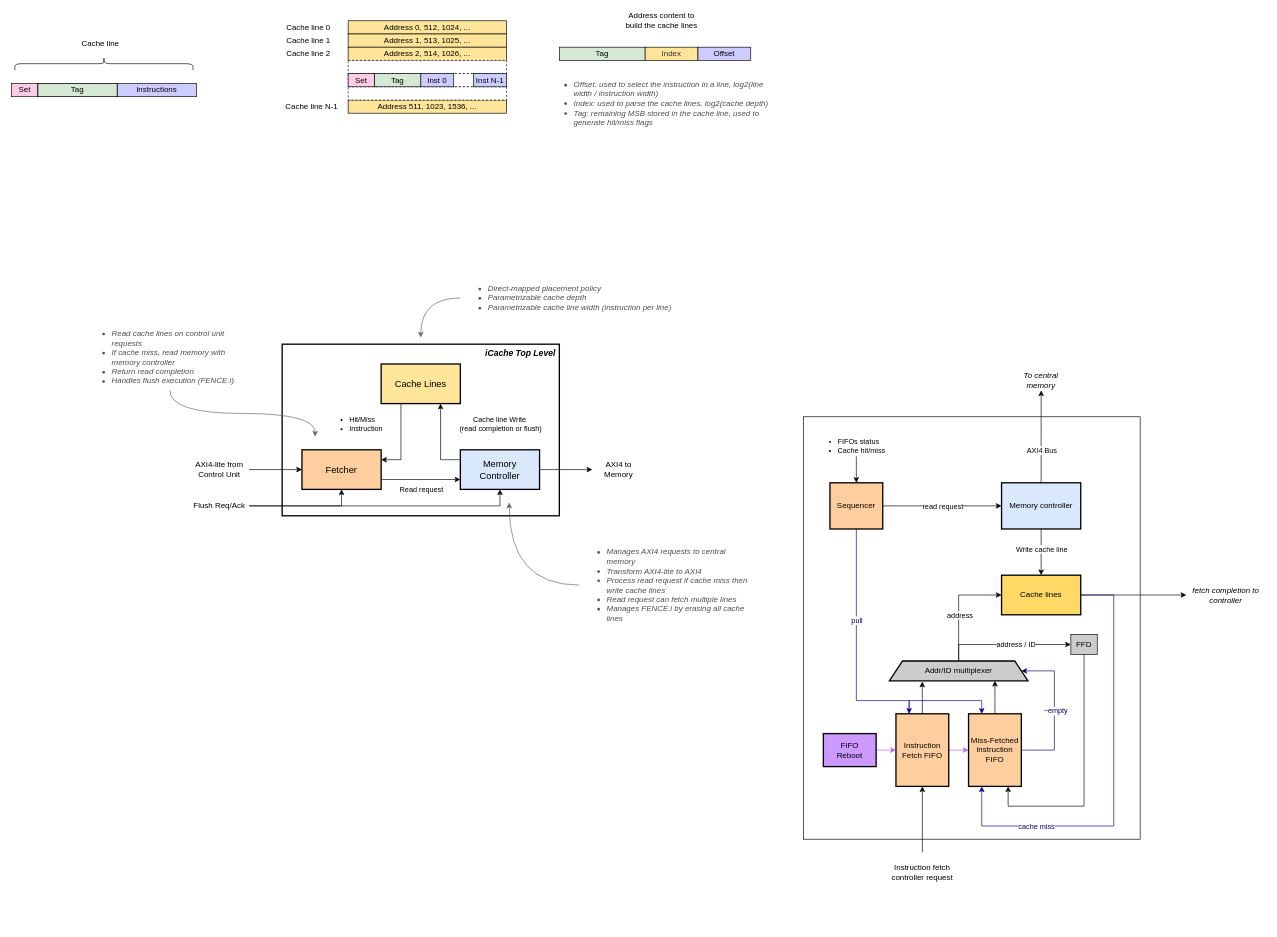
dpretet/friscv keeps this draw.io diagram as page "Instruction Cache" (6 of 6) of doc/friscv.drawio. Above is the earlier version. Source tidied: cells renumbered, new cells numbered last; positions are measured from the earlier drawing's top-left corner, leaving out a move shared by most shapes. Both pictures are drawn from the tidied source at 66%, with x=0, y=0 at pixel (11, -26).
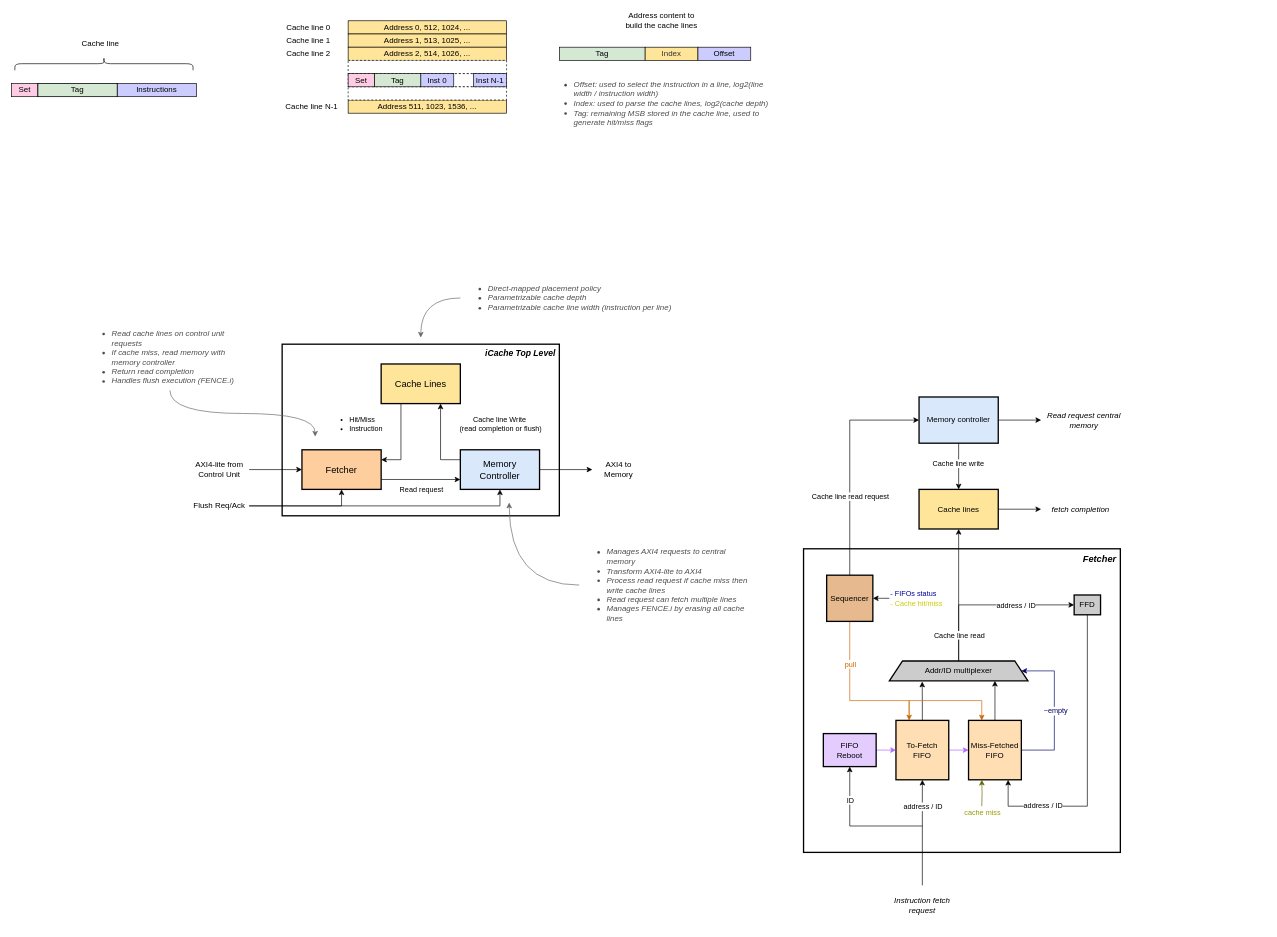
The same diagram, later.

Commit message (it also covers changes not shown here):
New: Implement pass-thru mode in sc-fifo to reduce latency

Unchanged cells that the change refers to:
```xml
<mxCell id="52" style="edgeStyle=orthogonalEdgeStyle;rounded=0;jettySize=auto;html=1;entryX=0.5;entryY=1;entryDx=0;entryDy=0;exitX=0.5;exitY=0;exitDx=0;exitDy=0;" parent="1" edge="1" source="70" target="58">
  <mxGeometry relative="1" as="geometry" />
</mxCell>
<mxCell id="54" style="edgeStyle=elbowEdgeStyle;rounded=0;sketch=0;jettySize=auto;html=1;exitX=0.5;exitY=0;exitDx=0;exitDy=0;entryX=0;entryY=0.5;entryDx=0;entryDy=0;jumpStyle=none;elbow=horizontal;" parent="1" edge="1" source="65" target="80">
  <mxGeometry relative="1" as="geometry">
    <Array as="points">
      <mxPoint x="1435" y="1010" />
      <mxPoint x="1510" y="1000" />
      <mxPoint x="1420" y="1110" />
    </Array>
  </mxGeometry>
</mxCell>
<mxCell id="65" value="Addr/ID multiplexer" style="shape=trapezoid;perimeter=trapezoidPerimeter;whiteSpace=wrap;html=1;fixedSize=1;strokeWidth=2;fillColor=#CCCCCC;" parent="1" vertex="1">
  <mxGeometry x="1330" y="1040" width="210" height="30" as="geometry" />
</mxCell>
<mxCell id="79" style="edgeStyle=elbowEdgeStyle;rounded=0;sketch=0;jumpStyle=none;jettySize=auto;html=1;exitX=0.5;exitY=1;exitDx=0;exitDy=0;entryX=0.75;entryY=1;entryDx=0;entryDy=0;" parent="1" edge="1" source="80" target="62">
  <mxGeometry relative="1" as="geometry">
    <Array as="points">
      <mxPoint x="1575" y="1260" />
      <mxPoint x="1630" y="1120" />
      <mxPoint x="1560" y="1260" />
      <mxPoint x="1620" y="1120" />
      <mxPoint x="1630" y="1120" />
    </Array>
  </mxGeometry>
</mxCell>
<mxCell id="81" style="edgeStyle=elbowEdgeStyle;rounded=0;sketch=0;jumpStyle=none;jettySize=auto;html=1;exitX=0.5;exitY=1;exitDx=0;exitDy=0;entryX=0.5;entryY=0;entryDx=0;entryDy=0;elbow=vertical;" parent="1" edge="1" source="85" target="69">
  <mxGeometry relative="1" as="geometry" />
</mxCell>
```

The edit, as a diff of the source:
```diff
@@
-    <mxCell id="2" style="rounded=0;whiteSpace=wrap;html=1;strokeWidth=1;" parent="1" vertex="1">
-      <mxGeometry x="1200" y="670" width="510" height="640" as="geometry" />
+    <mxCell id="2" value="Fetcher&amp;nbsp;" style="rounded=0;whiteSpace=wrap;html=1;strokeWidth=2;align=right;verticalAlign=top;fontStyle=3;fontSize=14;" parent="1" vertex="1">
+      <mxGeometry x="1200" y="870" width="480" height="460" as="geometry" />
     </mxCell>
@@
-    <mxCell id="4" value="Cache Lines" style="rounded=0;whiteSpace=wrap;html=1;fillColor=#FFE599;strokeWidth=2;fontSize=14;" parent="1" vertex="1">
+    <mxCell id="4" value="Cache Lines" style="rounded=0;whiteSpace=wrap;html=1;strokeWidth=2;fontSize=14;fillColor=#FFE599;" parent="1" vertex="1">
       <mxGeometry x="560" y="590" width="120" height="60" as="geometry" />
     </mxCell>
@@
+    <mxCell id="89" value="&lt;span style=&quot;color: rgb(0 , 0 , 0)&quot;&gt;address / ID&lt;/span&gt;" style="edgeLabel;html=1;align=center;verticalAlign=middle;fontColor=#000066;" parent="52" vertex="1">
+      <mxGeometry x="0.4" relative="1" as="geometry">
+        <mxPoint y="-8" as="offset" />
+      </mxGeometry>
+    </mxCell>
@@
     <mxCell id="55" value="address / ID" style="edgeLabel;html=1;align=center;verticalAlign=middle;" parent="54" vertex="1">
       <mxGeometry x="-0.12" y="-1" relative="1" as="geometry">
-        <mxPoint x="25" y="-1" as="offset" />
+        <mxPoint x="57" y="-1" as="offset" />
       </mxGeometry>
     </mxCell>
-    <mxCell id="56" style="edgeStyle=elbowEdgeStyle;rounded=0;sketch=0;jumpStyle=none;jettySize=auto;html=1;exitX=0.25;exitY=0;exitDx=0;exitDy=0;entryX=0.25;entryY=0;entryDx=0;entryDy=0;strokeColor=#000099;" parent="1" edge="1" source="58" target="62">
+    <mxCell id="56" style="edgeStyle=elbowEdgeStyle;rounded=0;sketch=0;jumpStyle=none;jettySize=auto;html=1;exitX=0.25;exitY=0;exitDx=0;exitDy=0;entryX=0.25;entryY=0;entryDx=0;entryDy=0;strokeColor=#CC6600;" parent="1" edge="1" source="58" target="62">
       <mxGeometry relative="1" as="geometry">
         <Array as="points">
           <mxPoint x="1415" y="1100" />
         </Array>
       </mxGeometry>
     </mxCell>
@@
-    <mxCell id="58" value="Instruction Fetch FIFO" style="rounded=0;whiteSpace=wrap;html=1;fillColor=#FFCE9F;strokeWidth=2;" parent="1" vertex="1">
-      <mxGeometry x="1340" y="1120" width="80" height="110" as="geometry" />
+    <mxCell id="58" value="To-Fetch &lt;br&gt;FIFO" style="rounded=0;whiteSpace=wrap;html=1;strokeWidth=2;fillColor=#FFDEB3;" parent="1" vertex="1">
+      <mxGeometry x="1340" y="1130" width="80" height="90" as="geometry" />
     </mxCell>
@@
-    <mxCell id="62" value="Miss-Fetched instruction FIFO" style="rounded=0;whiteSpace=wrap;html=1;strokeWidth=2;fillColor=#FFCE9F;" parent="1" vertex="1">
-      <mxGeometry x="1450" y="1120" width="80" height="110" as="geometry" />
+    <mxCell id="62" value="Miss-Fetched FIFO" style="rounded=0;whiteSpace=wrap;html=1;strokeWidth=2;fillColor=#FFDEB3;" parent="1" vertex="1">
+      <mxGeometry x="1450" y="1130" width="80" height="90" as="geometry" />
     </mxCell>
-    <mxCell id="63" style="edgeStyle=orthogonalEdgeStyle;rounded=0;jettySize=auto;html=1;exitX=0.5;exitY=0;exitDx=0;exitDy=0;entryX=0;entryY=0.5;entryDx=0;entryDy=0;" parent="1" edge="1" source="65" target="69">
+    <mxCell id="63" style="edgeStyle=orthogonalEdgeStyle;rounded=0;jettySize=auto;html=1;exitX=0.5;exitY=0;exitDx=0;exitDy=0;" parent="1" edge="1" source="65" target="69">
       <mxGeometry relative="1" as="geometry" />
     </mxCell>
-    <mxCell id="64" value="address" style="edgeLabel;html=1;align=center;verticalAlign=middle;" parent="63" vertex="1">
-      <mxGeometry x="-0.15" y="-1" relative="1" as="geometry" />
+    <mxCell id="64" value="Cache line read" style="edgeLabel;html=1;align=center;verticalAlign=middle;" parent="63" vertex="1">
+      <mxGeometry x="-0.15" y="-1" relative="1" as="geometry">
+        <mxPoint x="-1" y="45" as="offset" />
+      </mxGeometry>
     </mxCell>
@@
-    <mxCell id="66" style="edgeStyle=orthogonalEdgeStyle;rounded=0;jettySize=auto;html=1;exitX=1;exitY=0.5;exitDx=0;exitDy=0;entryX=0.25;entryY=1;entryDx=0;entryDy=0;strokeColor=#000099;" parent="1" edge="1" source="69" target="62">
-      <mxGeometry relative="1" as="geometry">
-        <Array as="points">
-          <mxPoint x="1670" y="940" />
-          <mxPoint x="1670" y="1290" />
-          <mxPoint x="1470" y="1290" />
-        </Array>
-      </mxGeometry>
-    </mxCell>
-    <mxCell id="67" value="cache miss" style="edgeLabel;html=1;align=center;verticalAlign=middle;fontColor=#000066;" parent="66" vertex="1">
-      <mxGeometry x="0.68" y="1" relative="1" as="geometry">
-        <mxPoint x="36" y="-1" as="offset" />
-      </mxGeometry>
-    </mxCell>
@@
-    <mxCell id="69" value="Cache lines" style="rounded=0;whiteSpace=wrap;html=1;fillColor=#FFD966;strokeWidth=2;" parent="1" vertex="1">
-      <mxGeometry x="1500" y="910" width="120" height="60" as="geometry" />
+    <mxCell id="69" value="Cache lines" style="rounded=0;whiteSpace=wrap;html=1;strokeWidth=2;fillColor=#FFE599;" parent="1" vertex="1">
+      <mxGeometry x="1375" y="780" width="120" height="60" as="geometry" />
     </mxCell>
+    <mxCell id="90" style="edgeStyle=elbowEdgeStyle;rounded=0;sketch=0;jumpStyle=none;jettySize=auto;html=1;entryX=0.5;entryY=1;entryDx=0;entryDy=0;fontColor=#000066;" parent="1" edge="1" target="88">
+      <mxGeometry relative="1" as="geometry">
+        <mxPoint x="1380" y="1290" as="sourcePoint" />
+        <Array as="points">
+          <mxPoint x="1270" y="1240" />
+          <mxPoint x="1270" y="1270" />
+        </Array>
+      </mxGeometry>
+    </mxCell>
+    <mxCell id="91" value="ID" style="edgeLabel;html=1;align=center;verticalAlign=middle;" parent="90" vertex="1">
+      <mxGeometry x="-0.24" relative="1" as="geometry">
+        <mxPoint x="-34" y="-40" as="offset" />
+      </mxGeometry>
+    </mxCell>
-    <mxCell id="70" value="Instruction fetch controller request" style="text;html=1;strokeColor=none;fillColor=none;align=center;verticalAlign=middle;whiteSpace=wrap;rounded=0;" parent="1" vertex="1">
-      <mxGeometry x="1330" y="1330" width="100" height="60" as="geometry" />
+    <mxCell id="70" value="Instruction fetch request" style="text;html=1;strokeColor=none;fillColor=none;align=center;verticalAlign=middle;whiteSpace=wrap;rounded=0;fontStyle=2;" parent="1" vertex="1">
+      <mxGeometry x="1330" y="1380" width="100" height="60" as="geometry" />
     </mxCell>
-    <mxCell id="71" value="fetch completion to controller" style="text;html=1;strokeColor=none;fillColor=none;align=center;verticalAlign=middle;whiteSpace=wrap;rounded=0;fontStyle=2;" parent="1" vertex="1">
-      <mxGeometry x="1780" y="930" width="120" height="20" as="geometry" />
+    <mxCell id="71" value="fetch completion" style="text;html=1;strokeColor=none;fillColor=none;align=center;verticalAlign=middle;whiteSpace=wrap;rounded=0;fontStyle=2;" parent="1" vertex="1">
+      <mxGeometry x="1560" y="800" width="120" height="20" as="geometry" />
     </mxCell>
-    <mxCell id="72" style="edgeStyle=orthogonalEdgeStyle;rounded=0;jettySize=auto;html=1;exitX=0.5;exitY=1;exitDx=0;exitDy=0;entryX=0.25;entryY=0;entryDx=0;entryDy=0;strokeColor=#000099;" parent="1" edge="1" source="78" target="58">
+    <mxCell id="72" style="edgeStyle=orthogonalEdgeStyle;rounded=0;jettySize=auto;html=1;exitX=0.5;exitY=1;exitDx=0;exitDy=0;entryX=0.25;entryY=0;entryDx=0;entryDy=0;strokeColor=#CC6600;" parent="1" edge="1" source="78" target="58">
       <mxGeometry relative="1" as="geometry">
         <Array as="points">
-          <mxPoint x="1280" y="1100" />
+          <mxPoint x="1270" y="1100" />
           <mxPoint x="1360" y="1100" />
         </Array>
       </mxGeometry>
     </mxCell>
-    <mxCell id="73" value="pull" style="edgeLabel;html=1;align=center;verticalAlign=middle;fontColor=#000066;" parent="72" vertex="1">
+    <mxCell id="73" value="pull" style="edgeLabel;html=1;align=center;verticalAlign=middle;fontColor=#CC6600;" parent="72" vertex="1">
       <mxGeometry x="-0.24" y="-1" relative="1" as="geometry">
-        <mxPoint x="1" y="1" as="offset" />
+        <mxPoint x="1" y="-27" as="offset" />
       </mxGeometry>
     </mxCell>
-    <mxCell id="74" style="edgeStyle=elbowEdgeStyle;rounded=0;sketch=0;jumpStyle=none;jettySize=auto;html=1;exitX=1;exitY=0.5;exitDx=0;exitDy=0;" parent="1" edge="1" source="78" target="85">
-      <mxGeometry relative="1" as="geometry" />
+    <mxCell id="74" style="edgeStyle=elbowEdgeStyle;rounded=0;sketch=0;jumpStyle=none;jettySize=auto;html=1;exitX=0.5;exitY=0;exitDx=0;exitDy=0;" parent="1" edge="1" source="78" target="85">
+      <mxGeometry relative="1" as="geometry">
+        <Array as="points">
+          <mxPoint x="1270" y="790" />
+        </Array>
+      </mxGeometry>
     </mxCell>
-    <mxCell id="75" value="read request" style="edgeLabel;html=1;align=center;verticalAlign=middle;" parent="74" vertex="1">
+    <mxCell id="75" value="Cache line read request" style="edgeLabel;html=1;align=center;verticalAlign=middle;" parent="74" vertex="1">
       <mxGeometry x="-0.15" relative="1" as="geometry">
-        <mxPoint x="13" as="offset" />
+        <mxPoint y="25" as="offset" />
       </mxGeometry>
     </mxCell>
-    <mxCell id="76" style="edgeStyle=elbowEdgeStyle;rounded=0;sketch=0;jumpStyle=none;jettySize=auto;html=1;entryX=0.5;entryY=0;entryDx=0;entryDy=0;elbow=vertical;" parent="1" edge="1" target="78">
-      <mxGeometry relative="1" as="geometry">
-        <mxPoint x="1280" y="730" as="sourcePoint" />
-      </mxGeometry>
-    </mxCell>
-    <mxCell id="77" value="&lt;ul&gt;&lt;li&gt;FIFOs status&lt;/li&gt;&lt;li&gt;Cache hit/miss&lt;/li&gt;&lt;/ul&gt;" style="edgeLabel;html=1;align=left;verticalAlign=middle;labelBackgroundColor=none;" parent="76" vertex="1">
-      <mxGeometry x="-0.57" y="-1" relative="1" as="geometry">
-        <mxPoint x="-69" y="-26" as="offset" />
-      </mxGeometry>
-    </mxCell>
-    <mxCell id="78" value="Sequencer" style="rounded=0;whiteSpace=wrap;html=1;strokeWidth=2;fillColor=#FFCE9F;" parent="1" vertex="1">
-      <mxGeometry x="1240" y="770" width="80" height="70" as="geometry" />
+    <mxCell id="78" value="Sequencer" style="rounded=0;whiteSpace=wrap;html=1;strokeWidth=2;fillColor=#E6B98F;" parent="1" vertex="1">
+      <mxGeometry x="1235" y="910" width="70" height="70" as="geometry" />
     </mxCell>
@@
+    <mxCell id="92" value="&lt;span style=&quot;color: rgb(0 , 0 , 0)&quot;&gt;address / ID&lt;/span&gt;" style="edgeLabel;html=1;align=center;verticalAlign=middle;fontColor=#000066;" parent="79" vertex="1">
+      <mxGeometry x="0.5" y="-2" relative="1" as="geometry">
+        <mxPoint x="-20" as="offset" />
+      </mxGeometry>
+    </mxCell>
-    <mxCell id="80" value="FFD" style="rounded=0;whiteSpace=wrap;html=1;strokeWidth=1;fillColor=#CCCCCC;" parent="1" vertex="1">
-      <mxGeometry x="1605" y="1000" width="40" height="30" as="geometry" />
+    <mxCell id="80" value="FFD" style="rounded=0;whiteSpace=wrap;html=1;strokeWidth=2;fillColor=#CCCCCC;" parent="1" vertex="1">
+      <mxGeometry x="1610" y="940" width="40" height="30" as="geometry" />
     </mxCell>
@@
-    <mxCell id="82" value="Write cache line" style="edgeLabel;html=1;align=center;verticalAlign=middle;" parent="81" vertex="1">
+    <mxCell id="82" value="Cache line write&amp;nbsp;" style="edgeLabel;html=1;align=center;verticalAlign=middle;" parent="81" vertex="1">
       <mxGeometry x="-0.45" y="-2" relative="1" as="geometry">
         <mxPoint x="2" y="11" as="offset" />
       </mxGeometry>
     </mxCell>
-    <mxCell id="83" style="edgeStyle=elbowEdgeStyle;rounded=0;sketch=0;jumpStyle=none;jettySize=auto;html=1;exitX=0.5;exitY=0;exitDx=0;exitDy=0;entryX=0.5;entryY=1;entryDx=0;entryDy=0;" parent="1" edge="1" source="85" target="86">
+    <mxCell id="83" style="edgeStyle=elbowEdgeStyle;rounded=0;sketch=0;jumpStyle=none;jettySize=auto;html=1;exitX=1;exitY=0.5;exitDx=0;exitDy=0;" parent="1" edge="1" source="85" target="86">
       <mxGeometry relative="1" as="geometry" />
     </mxCell>
-    <mxCell id="84" value="AXI4 Bus" style="edgeLabel;html=1;align=center;verticalAlign=middle;" parent="83" vertex="1">
-      <mxGeometry x="0.24" y="-1" relative="1" as="geometry">
-        <mxPoint x="-1" y="37" as="offset" />
-      </mxGeometry>
-    </mxCell>
     <mxCell id="85" value="Memory controller" style="rounded=0;whiteSpace=wrap;html=1;strokeWidth=2;fillColor=#DAE8FC;" parent="1" vertex="1">
-      <mxGeometry x="1500" y="770" width="120" height="70" as="geometry" />
+      <mxGeometry x="1375" y="640" width="120" height="70" as="geometry" />
     </mxCell>
-    <mxCell id="86" value="To central memory" style="text;html=1;strokeColor=none;fillColor=none;align=center;verticalAlign=middle;whiteSpace=wrap;rounded=0;fontStyle=2;" parent="1" vertex="1">
-      <mxGeometry x="1515" y="600" width="90" height="30" as="geometry" />
+    <mxCell id="86" value="Read request central memory" style="text;html=1;strokeColor=none;fillColor=none;align=center;verticalAlign=middle;whiteSpace=wrap;rounded=0;fontStyle=2;" parent="1" vertex="1">
+      <mxGeometry x="1560" y="660" width="130" height="30" as="geometry" />
     </mxCell>
@@
-    <mxCell id="88" value="FIFO &lt;br&gt;Reboot" style="rounded=0;whiteSpace=wrap;html=1;strokeWidth=2;fillColor=#CC99FF;" parent="1" vertex="1">
+    <mxCell id="88" value="FIFO &lt;br&gt;Reboot" style="rounded=0;whiteSpace=wrap;html=1;strokeWidth=2;fillColor=#E5CCFF;" parent="1" vertex="1">
       <mxGeometry x="1230" y="1150" width="80" height="50" as="geometry" />
     </mxCell>
+    <mxCell id="93" style="edgeStyle=elbowEdgeStyle;rounded=0;sketch=0;jumpStyle=none;jettySize=auto;html=1;fontColor=#CC6600;" parent="1" edge="1" source="94" target="78">
+      <mxGeometry relative="1" as="geometry" />
+    </mxCell>
+    <mxCell id="94" value="&lt;font color=&quot;#000099&quot;&gt;&lt;span style=&quot;font-size: 11px&quot;&gt;- FIFOs status&lt;/span&gt;&lt;br&gt;&lt;/font&gt;&lt;span style=&quot;font-size: 11px&quot;&gt;&lt;font color=&quot;#cccc00&quot;&gt;- Cache hit/miss&lt;/font&gt;&lt;/span&gt;" style="text;html=1;strokeColor=none;fillColor=none;align=left;verticalAlign=middle;whiteSpace=wrap;rounded=0;labelBackgroundColor=none;fontColor=#CC6600;" parent="1" vertex="1">
+      <mxGeometry x="1330" y="925" width="90" height="40" as="geometry" />
+    </mxCell>
+    <mxCell id="95" style="edgeStyle=orthogonalEdgeStyle;rounded=0;jettySize=auto;html=1;entryX=0.25;entryY=1;entryDx=0;entryDy=0;strokeColor=#666600;" parent="1" edge="1" target="62">
+      <mxGeometry relative="1" as="geometry">
+        <mxPoint x="1470" y="1260" as="sourcePoint" />
+      </mxGeometry>
+    </mxCell>
+    <mxCell id="67" value="cache miss" style="edgeLabel;html=1;align=center;verticalAlign=middle;fontColor=#999900;" parent="95" vertex="1">
+      <mxGeometry x="0.68" y="1" relative="1" as="geometry">
+        <mxPoint x="1" y="43" as="offset" />
+      </mxGeometry>
+    </mxCell>
```
